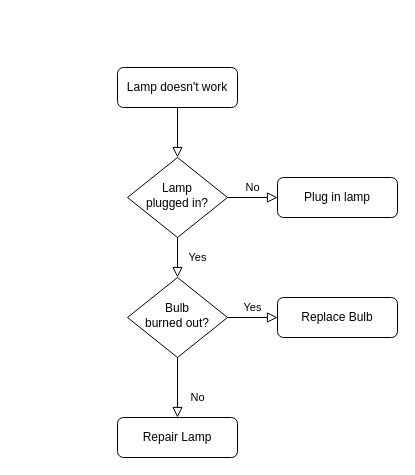
Earlier version of the draw.io diagram Untitled Diagram.drawio (alx365/Story-for-Toiletpaper-Please). Source tidied: cells renumbered, new cells numbered last; positions are measured from the earlier drawing's top-left corner, leaving out a move shared by most shapes. Both pictures are drawn from the tidied source at 100%, with x=0, y=0 at pixel (117, 67).
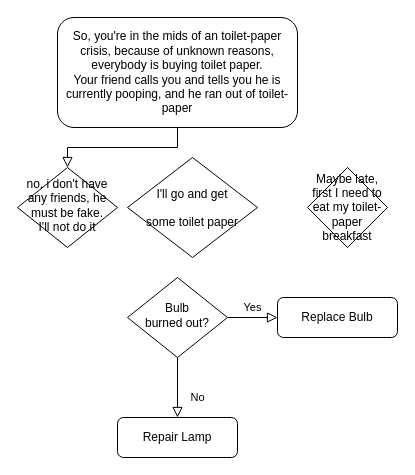
The same page after the edit.

Change to the diagram source:
```diff
@@
 <mxGraphModel>
   <root>
     <mxCell id="0" />
     <mxCell id="1" parent="0" />
     <mxCell id="2" style="rounded=0;html=1;jettySize=auto;fontSize=11;endArrow=block;endFill=0;endSize=8;strokeWidth=1;shadow=0;labelBackgroundColor=none;edgeStyle=orthogonalEdgeStyle;" parent="1" edge="1" source="3" target="6">
       <mxGeometry relative="1" as="geometry" />
     </mxCell>
-    <mxCell id="3" value="Lamp doesn't work" style="rounded=1;whiteSpace=wrap;html=1;fontSize=12;glass=0;strokeWidth=1;shadow=0;" parent="1" vertex="1">
-      <mxGeometry width="120" height="40" as="geometry" />
+    <mxCell id="3" value="&lt;div&gt;So, you're in the mids of an toilet-paper crisis, because of unknown reasons, everybody is buying toilet paper.&lt;/div&gt;&lt;div&gt;Your friend calls you and tells you he is currently pooping, and he ran out of toilet-paper&lt;br&gt;&lt;/div&gt;" style="rounded=1;whiteSpace=wrap;html=1;fontSize=12;glass=0;strokeWidth=1;shadow=0;" parent="1" vertex="1">
+      <mxGeometry x="-60" y="-50" width="240" height="110" as="geometry" />
     </mxCell>
-    <mxCell id="4" value="Yes" style="rounded=0;html=1;jettySize=auto;fontSize=11;endArrow=block;endFill=0;endSize=8;strokeWidth=1;shadow=0;labelBackgroundColor=none;edgeStyle=orthogonalEdgeStyle;" parent="1" edge="1" source="6" target="10">
-      <mxGeometry y="20" relative="1" as="geometry" />
-    </mxCell>
-    <mxCell id="5" value="No" style="edgeStyle=orthogonalEdgeStyle;rounded=0;html=1;jettySize=auto;fontSize=11;endArrow=block;endFill=0;endSize=8;strokeWidth=1;shadow=0;labelBackgroundColor=none;" parent="1" edge="1" source="6" target="7">
-      <mxGeometry y="10" relative="1" as="geometry" />
-    </mxCell>
-    <mxCell id="6" value="Lamp&lt;br&gt;plugged in?" style="rhombus;whiteSpace=wrap;html=1;shadow=0;fontFamily=Helvetica;fontSize=12;align=center;strokeWidth=1;spacing=6;spacingTop=-4;" parent="1" vertex="1">
-      <mxGeometry x="10" y="90" width="100" height="80" as="geometry" />
+    <mxCell id="6" value="&lt;div&gt;no, i don't have any friends, he must be fake.&lt;/div&gt;&lt;div&gt;I'll not do it&lt;br&gt;&lt;/div&gt;" style="rhombus;whiteSpace=wrap;html=1;shadow=0;fontFamily=Helvetica;fontSize=12;align=center;strokeWidth=1;spacing=6;spacingTop=-4;" parent="1" vertex="1">
+      <mxGeometry x="-100" y="100" width="100" height="80" as="geometry" />
     </mxCell>
-    <mxCell id="7" value="Plug in lamp" style="rounded=1;whiteSpace=wrap;html=1;fontSize=12;glass=0;strokeWidth=1;shadow=0;" parent="1" vertex="1">
-      <mxGeometry x="160" y="110" width="120" height="40" as="geometry" />
-    </mxCell>
     <mxCell id="8" value="No" style="rounded=0;html=1;jettySize=auto;fontSize=11;endArrow=block;endFill=0;endSize=8;strokeWidth=1;shadow=0;labelBackgroundColor=none;edgeStyle=orthogonalEdgeStyle;" parent="1" edge="1" source="10" target="11">
       <mxGeometry x="0.33" y="20" relative="1" as="geometry" />
     </mxCell>
     <mxCell id="9" value="Yes" style="edgeStyle=orthogonalEdgeStyle;rounded=0;html=1;jettySize=auto;fontSize=11;endArrow=block;endFill=0;endSize=8;strokeWidth=1;shadow=0;labelBackgroundColor=none;" parent="1" edge="1" source="10" target="12">
       <mxGeometry y="10" relative="1" as="geometry" />
     </mxCell>
     <mxCell id="10" value="Bulb&lt;br&gt;burned out?" style="rhombus;whiteSpace=wrap;html=1;shadow=0;fontFamily=Helvetica;fontSize=12;align=center;strokeWidth=1;spacing=6;spacingTop=-4;" parent="1" vertex="1">
       <mxGeometry x="10" y="210" width="100" height="80" as="geometry" />
     </mxCell>
     <mxCell id="11" value="Repair Lamp" style="rounded=1;whiteSpace=wrap;html=1;fontSize=12;glass=0;strokeWidth=1;shadow=0;" parent="1" vertex="1">
       <mxGeometry y="350" width="120" height="40" as="geometry" />
     </mxCell>
     <mxCell id="12" value="Replace Bulb" style="rounded=1;whiteSpace=wrap;html=1;fontSize=12;glass=0;strokeWidth=1;shadow=0;" parent="1" vertex="1">
       <mxGeometry x="160" y="230" width="120" height="40" as="geometry" />
     </mxCell>
+    <mxCell id="13" value="I'll go and get &#10;&#10;some toilet paper" style="rhombus;" parent="1" vertex="1">
+      <mxGeometry x="10" y="90" width="130" height="100" as="geometry" />
+    </mxCell>
+    <mxCell id="14" value="Maybe late, first I need to eat my toilet-paper breakfast" style="rhombus;whiteSpace=wrap;html=1;" parent="1" vertex="1">
+      <mxGeometry x="190" y="100" width="80" height="80" as="geometry" />
+    </mxCell>
   </root>
 </mxGraphModel>
```
